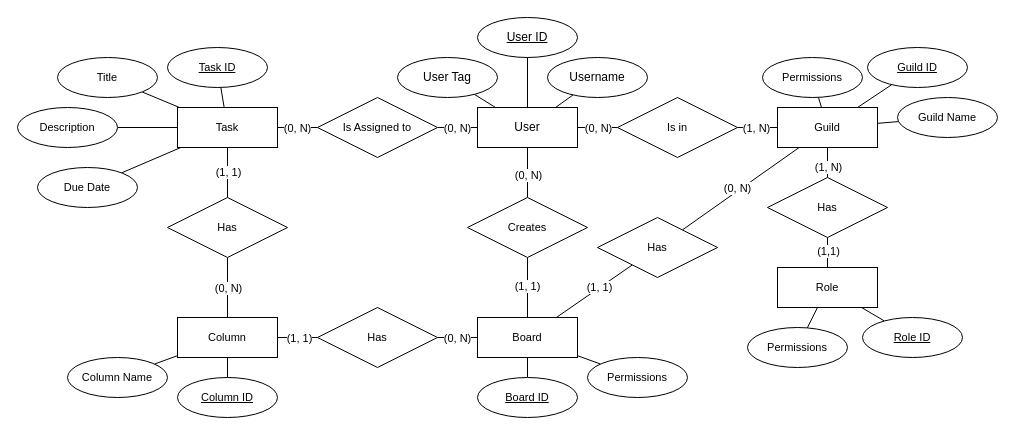
This is analysis/kanbancord_conceptual.drawio from UCLL-Full-stack/ucll-full-stack-2425-project2425-project-template, a draw.io file, before an edit. Source tidied: cells renumbered, new cells numbered last; positions are measured from the earlier drawing's top-left corner, leaving out a move shared by most shapes. Both pictures are drawn from the tidied source at 100%, with x=0, y=0 at pixel (17, 17).
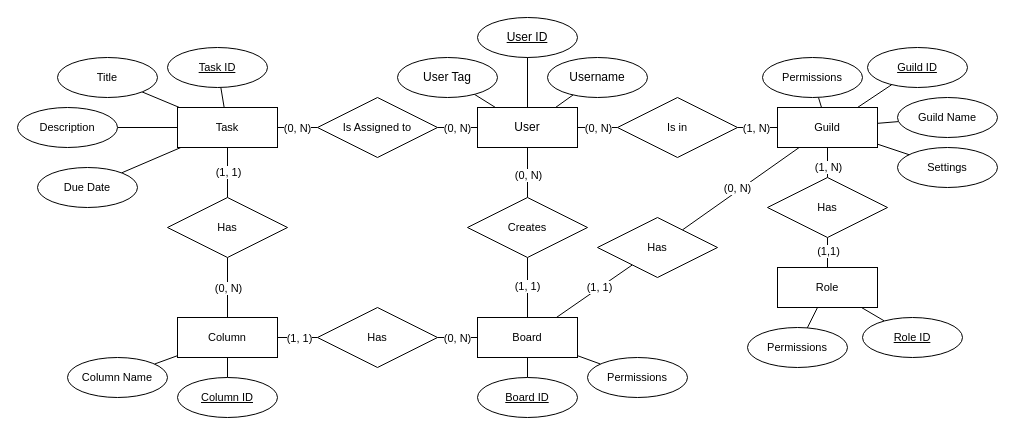
The same diagram, later.

Unchanged cells that the change refers to:
```xml
<mxCell id="23" value="Guild" style="whiteSpace=wrap;html=1;align=center;fontFamily=Helvetica;fontSize=11;fontColor=default;labelBackgroundColor=default;" parent="1" vertex="1">
  <mxGeometry x="760" y="90" width="100" height="40" as="geometry" />
</mxCell>
```

Change to the diagram source:
```diff
@@
+    <mxCell id="76" value="Settings" style="ellipse;whiteSpace=wrap;html=1;align=center;fontFamily=Helvetica;fontSize=11;fontColor=default;labelBackgroundColor=default;" parent="1" vertex="1">
+      <mxGeometry x="880" y="130" width="100" height="40" as="geometry" />
+    </mxCell>
+    <mxCell id="77" style="edgeStyle=none;shape=connector;rounded=0;jettySize=auto;html=1;strokeColor=default;align=center;verticalAlign=middle;fontFamily=Helvetica;fontSize=11;fontColor=default;labelBackgroundColor=default;endArrow=none;endFill=0;" parent="1" edge="1" source="23" target="76">
+      <mxGeometry relative="1" as="geometry" />
+    </mxCell>
```
